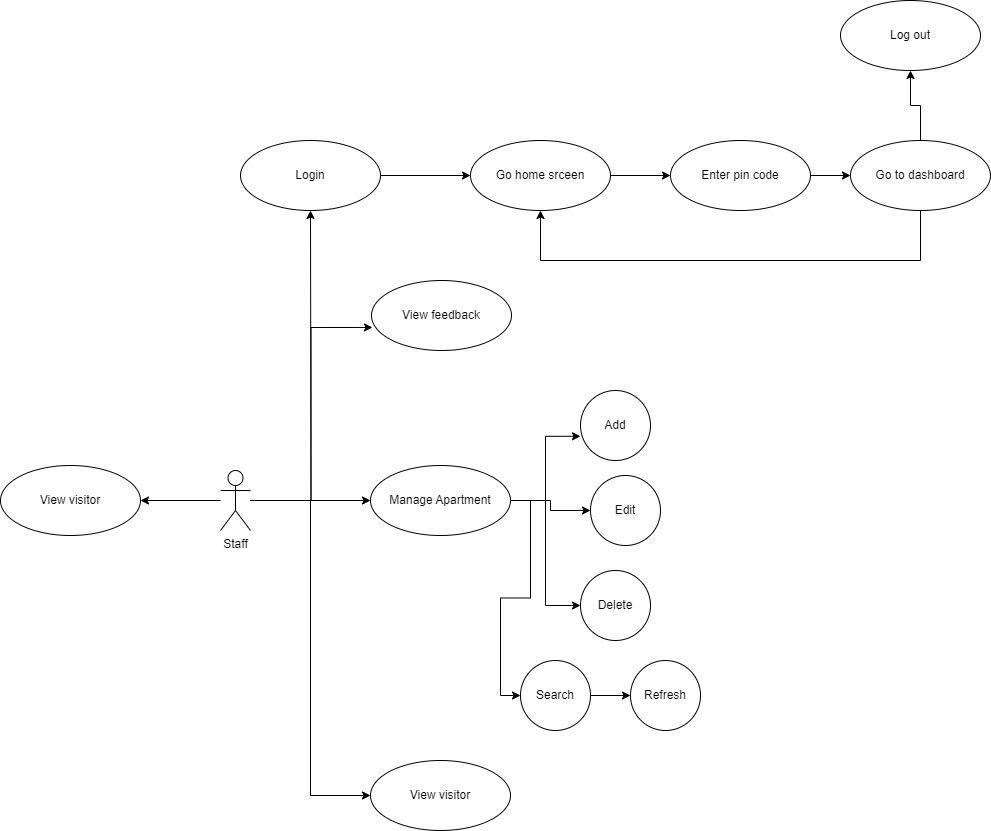
Earlier version of the draw.io export diagram/usecase staff.drawio.png (duongminhthanh/app_system_management_visitor_for_old_aparment). Source tidied: cells renumbered, new cells last; positions are measured from the earlier drawing's top-left corner, leaving out a move shared by most shapes.
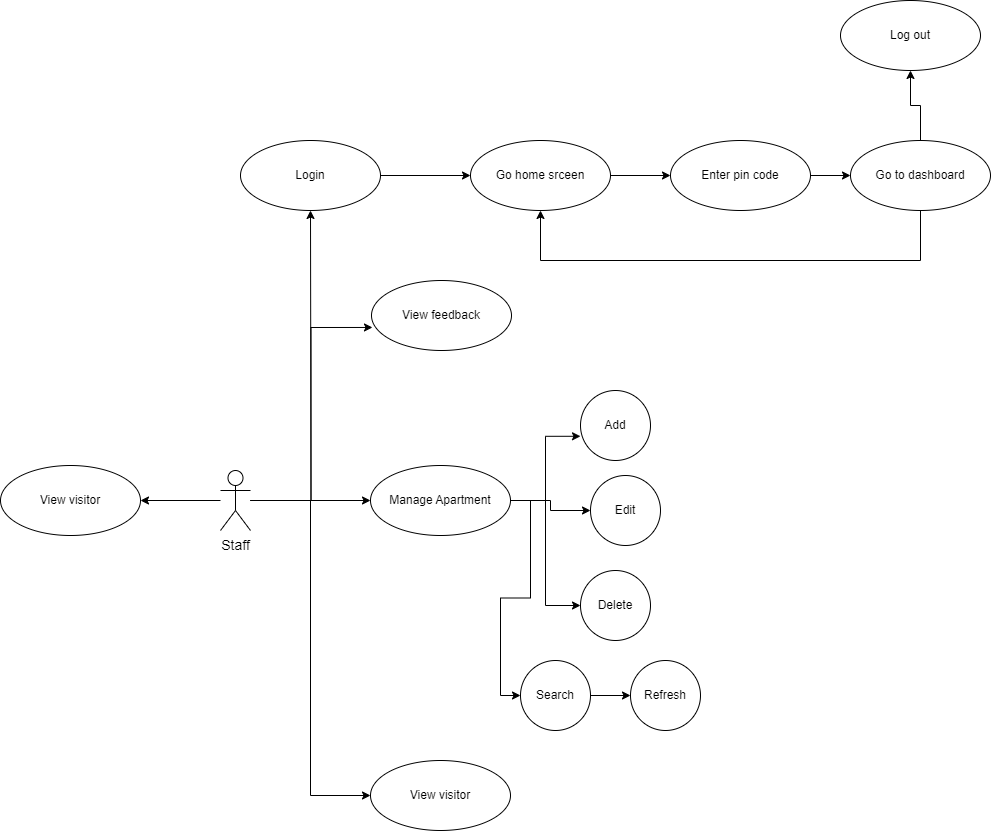
After the commit.

The edit, as a diff of the source:
```diff
@@ -19,7 +19,7 @@
     <mxCell id="6" style="edgeStyle=orthogonalEdgeStyle;rounded=0;jettySize=auto;html=1;" parent="1" edge="1" source="7" target="27">
       <mxGeometry relative="1" as="geometry" />
     </mxCell>
-    <mxCell id="7" value="Staff" style="shape=umlActor;html=1;verticalLabelPosition=bottom;verticalAlign=top;align=center;" parent="1" vertex="1">
+    <mxCell id="7" value="Staff" style="shape=umlActor;html=1;verticalLabelPosition=bottom;verticalAlign=top;align=center;fontSize=14;" parent="1" vertex="1">
       <mxGeometry x="220" y="470" width="30" height="60" as="geometry" />
     </mxCell>
     <mxCell id="8" style="edgeStyle=orthogonalEdgeStyle;rounded=0;jettySize=auto;html=1;entryX=0;entryY=0.654;entryDx=0;entryDy=0;entryPerimeter=0;" parent="1" edge="1" source="12" target="13">
```
